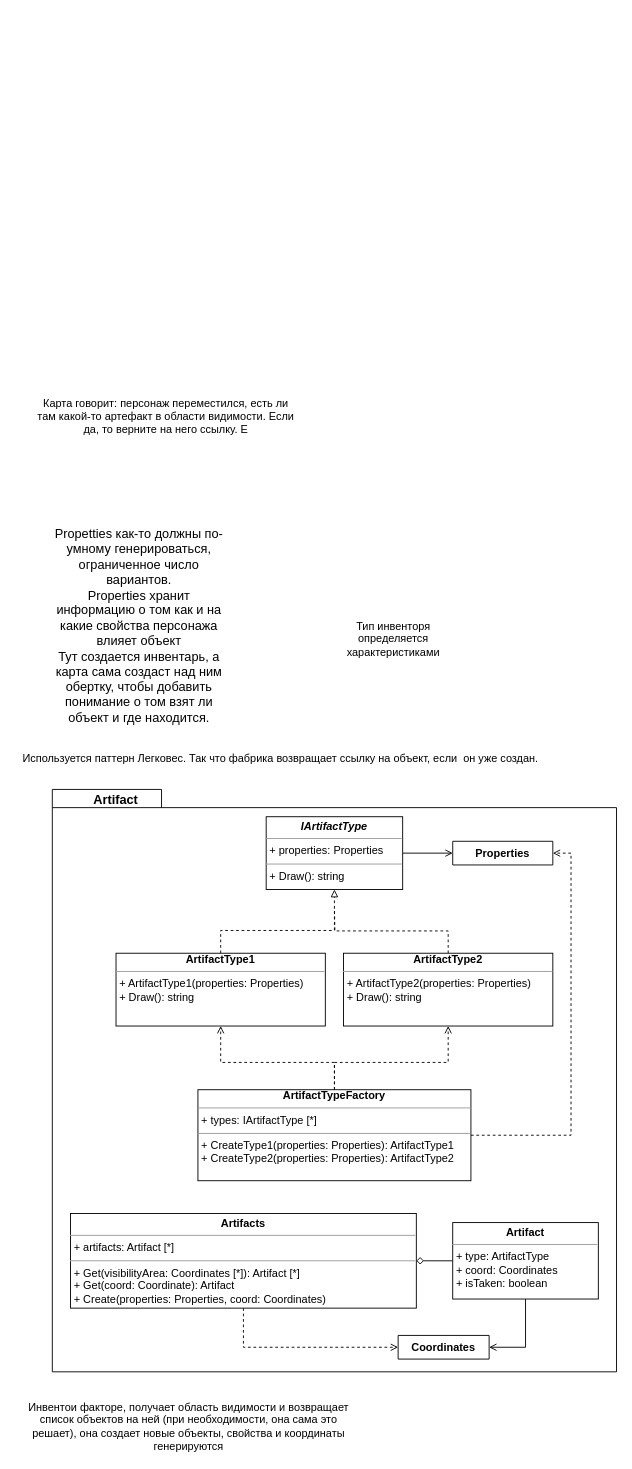
victoriafomina/Software-Design keeps this draw.io diagram as page "Artifacts" (3 of 8) of Roguelike/roguelike.drawio. Above is the earlier version. Source tidied: cells renumbered, new cells numbered last; positions are measured from the earlier drawing's top-left corner, leaving out a move shared by most shapes. Both pictures are drawn from the tidied source at 91%, with x=0, y=0 at pixel (15, 379).
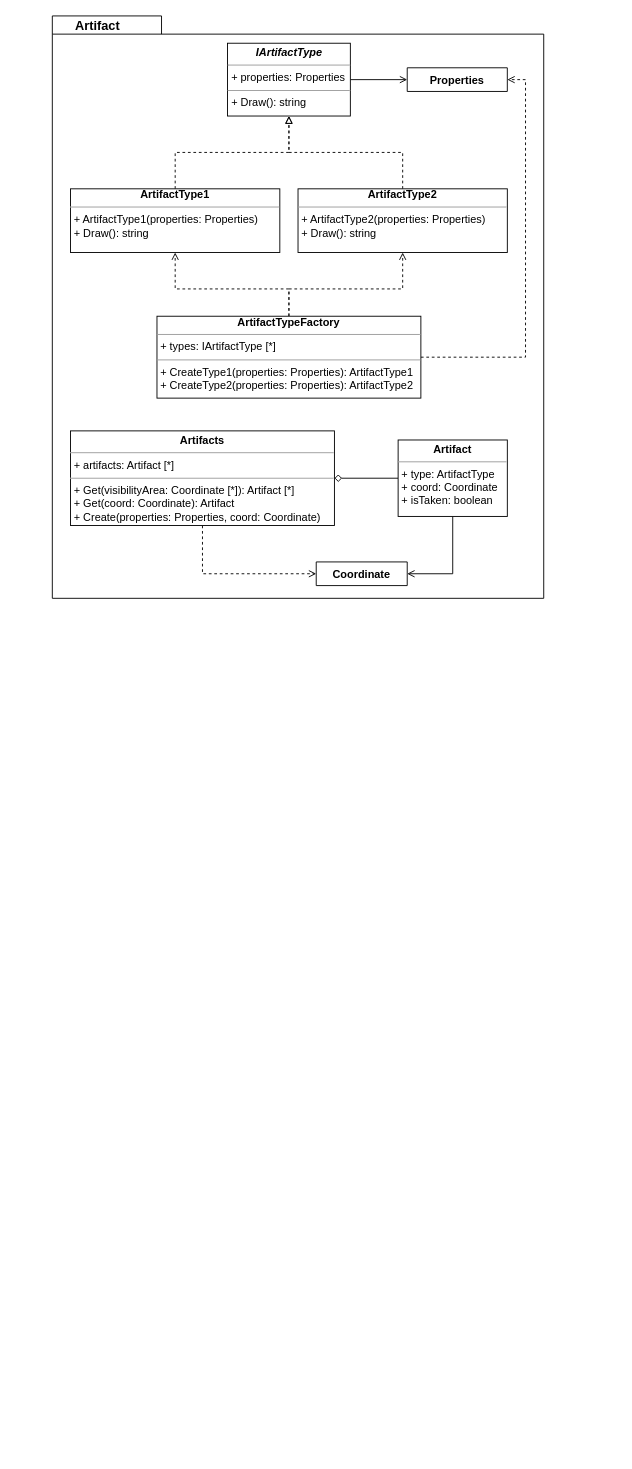
Above is the later version.

Diff of the diagram source:
```diff
@@
     <mxCell id="2" style="shape=folder;fontStyle=1;spacingTop=10;tabWidth=120;tabHeight=20;tabPosition=left;html=1;fontSize=15;" parent="1" vertex="1">
-      <mxGeometry x="40" y="450" width="620" height="640" as="geometry" />
+      <mxGeometry x="40" y="-400" width="540" height="640" as="geometry" />
     </mxCell>
     <mxCell id="3" value="&lt;span style=&quot;font-size: 14px&quot;&gt;&lt;b&gt;Artifact&lt;/b&gt;&lt;/span&gt;" style="text;html=1;strokeColor=none;fillColor=none;align=center;verticalAlign=middle;whiteSpace=wrap;rounded=0;fontSize=15;" parent="1" vertex="1">
-      <mxGeometry x="80" y="450" width="60" height="20" as="geometry" />
+      <mxGeometry x="60" y="-400" width="60" height="20" as="geometry" />
     </mxCell>
     <mxCell id="4" style="edgeStyle=orthogonalEdgeStyle;rounded=0;jettySize=auto;html=1;fontSize=14;startArrow=none;startFill=0;endArrow=block;endFill=0;entryX=0.5;entryY=1;entryDx=0;entryDy=0;exitX=0.5;exitY=0;exitDx=0;exitDy=0;dashed=1;" parent="1" edge="1" source="14">
       <mxGeometry relative="1" as="geometry">
-        <mxPoint x="350" y="560" as="targetPoint" />
+        <mxPoint x="300" y="-290" as="targetPoint" />
         <Array as="points">
-          <mxPoint x="225" y="605" />
-          <mxPoint x="350" y="605" />
+          <mxPoint x="175" y="-250" />
+          <mxPoint x="300" y="-250" />
         </Array>
       </mxGeometry>
     </mxCell>
@@
     <mxCell id="6" value="Properties" style="swimlane;fontStyle=1;align=center;verticalAlign=top;horizontal=1;startSize=26;fontSize=12;" parent="1" vertex="1" collapsed="1">
-      <mxGeometry x="480" y="507" width="110" height="26" as="geometry" />
+      <mxGeometry x="430" y="-343" width="110" height="26" as="geometry" />
     </mxCell>
-    <mxCell id="7" value="Propetties как-то должны по-умному генерироваться, ограниченное число вариантов.&lt;br&gt;Properties хранит информацию о том как и на какие свойства персонажа влияет объект&lt;br&gt;Тут создается инвентарь, а карта сама создаст над ним обертку, чтобы добавить понимание о том взят ли объект и где находится." style="text;html=1;strokeColor=none;fillColor=none;align=center;verticalAlign=middle;whiteSpace=wrap;rounded=0;fontSize=14;" parent="1" vertex="1">
-      <mxGeometry x="36" y="160" width="199" height="220" as="geometry" />
-    </mxCell>
     <mxCell id="8" style="edgeStyle=orthogonalEdgeStyle;rounded=0;jettySize=auto;html=1;exitX=0.5;exitY=0;exitDx=0;exitDy=0;endArrow=open;endFill=0;dashed=1;entryX=0.5;entryY=1;entryDx=0;entryDy=0;" parent="1" edge="1" source="11" target="14">
       <mxGeometry relative="1" as="geometry">
         <Array as="points">
-          <mxPoint x="350" y="750" />
-          <mxPoint x="225" y="750" />
+          <mxPoint x="300" y="-100" />
+          <mxPoint x="175" y="-100" />
         </Array>
       </mxGeometry>
     </mxCell>
     <mxCell id="9" style="edgeStyle=orthogonalEdgeStyle;rounded=0;jettySize=auto;html=1;exitX=0.5;exitY=0;exitDx=0;exitDy=0;endArrow=open;endFill=0;dashed=1;" parent="1" edge="1" source="11" target="16">
       <mxGeometry relative="1" as="geometry">
         <Array as="points">
-          <mxPoint x="350" y="750" />
-          <mxPoint x="475" y="750" />
+          <mxPoint x="300" y="-100" />
+          <mxPoint x="425" y="-100" />
         </Array>
       </mxGeometry>
     </mxCell>
@@
     <mxCell id="11" value="&lt;div style=&quot;text-align: center&quot;&gt;&lt;span&gt;&lt;b&gt;Artifact&lt;/b&gt;&lt;/span&gt;&lt;b&gt;TypeFactory&lt;/b&gt;&lt;/div&gt;&lt;hr size=&quot;1&quot;&gt;&lt;p style=&quot;margin: 0px ; margin-left: 4px&quot;&gt;+ types: IArtifactType [*]&lt;/p&gt;&lt;hr size=&quot;1&quot;&gt;&lt;p style=&quot;margin: 0px ; margin-left: 4px&quot;&gt;&lt;span&gt;+ CreateType1(properties: Properties): ArtifactType1&lt;/span&gt;&lt;br&gt;&lt;/p&gt;&lt;p style=&quot;margin: 0px ; margin-left: 4px&quot;&gt;+ CreateType2(properties: Properties): ArtifactType2&lt;br&gt;&lt;/p&gt;" style="verticalAlign=top;align=left;overflow=fill;fontSize=12;fontFamily=Helvetica;html=1;" parent="1" vertex="1">
-      <mxGeometry x="200" y="780" width="300" height="100" as="geometry" />
+      <mxGeometry x="155" y="-70" width="290" height="90" as="geometry" />
     </mxCell>
-    <mxCell id="12" value="Используется паттерн Легковес. Так что фабрика возвращает ссылку на объект, если  он уже создан." style="text;align=center;fontStyle=0;verticalAlign=middle;spacingLeft=3;spacingRight=3;strokeColor=none;fontSize=12;" parent="1" vertex="1">
-      <mxGeometry x="36" y="380" width="510" height="70" as="geometry" />
-    </mxCell>
-    <mxCell id="13" value="Тип инвенторя определяется характеристиками" style="text;html=1;strokeColor=none;fillColor=none;align=center;verticalAlign=middle;whiteSpace=wrap;rounded=0;" parent="1" vertex="1">
-      <mxGeometry x="340" y="260" width="150" height="50" as="geometry" />
-    </mxCell>
     <mxCell id="14" value="&lt;div style=&quot;text-align: center&quot;&gt;&lt;span&gt;&lt;b&gt;Artifact&lt;/b&gt;&lt;/span&gt;&lt;span style=&quot;font-weight: 700&quot;&gt;Type1&lt;/span&gt;&lt;/div&gt;&lt;hr size=&quot;1&quot;&gt;&lt;p style=&quot;margin: 0px ; margin-left: 4px&quot;&gt;+ ArtifactType1(properties: Properties)&lt;br&gt;+ Draw(): string&lt;/p&gt;" style="verticalAlign=top;align=left;overflow=fill;fontSize=12;fontFamily=Helvetica;html=1;" parent="1" vertex="1">
-      <mxGeometry x="110" y="630" width="230" height="80" as="geometry" />
+      <mxGeometry x="60" y="-210" width="230" height="70" as="geometry" />
     </mxCell>
-    <mxCell id="15" style="edgeStyle=orthogonalEdgeStyle;rounded=0;jettySize=auto;html=1;exitX=0.5;exitY=0;exitDx=0;exitDy=0;endArrow=none;endFill=0;dashed=1;" parent="1" edge="1" source="16">
-      <mxGeometry relative="1" as="geometry">
-        <mxPoint x="350" y="580" as="targetPoint" />
-      </mxGeometry>
-    </mxCell>
+    <mxCell id="28" style="edgeStyle=orthogonalEdgeStyle;rounded=0;jettySize=auto;html=1;exitX=0.5;exitY=0;exitDx=0;exitDy=0;dashed=1;fontSize=15;startArrow=none;startFill=0;endArrow=block;endFill=0;entryX=0.5;entryY=1;entryDx=0;entryDy=0;" parent="1" edge="1" source="16" target="26">
+      <mxGeometry relative="1" as="geometry" />
+    </mxCell>
     <mxCell id="16" value="&lt;div style=&quot;text-align: center&quot;&gt;&lt;span&gt;&lt;b&gt;Artifact&lt;/b&gt;&lt;/span&gt;&lt;span style=&quot;font-weight: 700&quot;&gt;Type2&lt;/span&gt;&lt;/div&gt;&lt;hr size=&quot;1&quot;&gt;&lt;p style=&quot;margin: 0px ; margin-left: 4px&quot;&gt;+ ArtifactType2(properties: Properties)&lt;br&gt;+ Draw(): string&lt;/p&gt;" style="verticalAlign=top;align=left;overflow=fill;fontSize=12;fontFamily=Helvetica;html=1;" parent="1" vertex="1">
-      <mxGeometry x="360" y="630" width="230" height="80" as="geometry" />
+      <mxGeometry x="310" y="-210" width="230" height="70" as="geometry" />
     </mxCell>
@@
-    <mxCell id="19" value="&lt;p style=&quot;margin: 0px ; margin-top: 4px ; text-align: center&quot;&gt;&lt;b&gt;Artifacts&lt;/b&gt;&lt;br&gt;&lt;/p&gt;&lt;hr size=&quot;1&quot;&gt;&lt;p style=&quot;margin: 0px ; margin-left: 4px&quot;&gt;+ artifacts: Artifact [*]&lt;br&gt;&lt;/p&gt;&lt;hr size=&quot;1&quot;&gt;&lt;p style=&quot;margin: 0px ; margin-left: 4px&quot;&gt;+ Get(visibilityArea: Coordinates [*]): Artifact [*]&lt;/p&gt;&lt;p style=&quot;margin: 0px ; margin-left: 4px&quot;&gt;+ Get(coord: Coordinate): Artifact&lt;/p&gt;&lt;p style=&quot;margin: 0px ; margin-left: 4px&quot;&gt;+ Create(properties: Properties, coord: Coordinates)&lt;/p&gt;" style="verticalAlign=top;align=left;overflow=fill;fontSize=12;fontFamily=Helvetica;html=1;" parent="1" vertex="1">
-      <mxGeometry x="60" y="916" width="380" height="104" as="geometry" />
+    <mxCell id="19" value="&lt;p style=&quot;margin: 0px ; margin-top: 4px ; text-align: center&quot;&gt;&lt;b&gt;Artifacts&lt;/b&gt;&lt;br&gt;&lt;/p&gt;&lt;hr size=&quot;1&quot;&gt;&lt;p style=&quot;margin: 0px ; margin-left: 4px&quot;&gt;+ artifacts: Artifact [*]&lt;br&gt;&lt;/p&gt;&lt;hr size=&quot;1&quot;&gt;&lt;p style=&quot;margin: 0px ; margin-left: 4px&quot;&gt;+ Get(visibilityArea: Coordinate [*]): Artifact [*]&lt;/p&gt;&lt;p style=&quot;margin: 0px ; margin-left: 4px&quot;&gt;+ Get(coord: Coordinate): Artifact&lt;/p&gt;&lt;p style=&quot;margin: 0px ; margin-left: 4px&quot;&gt;+ Create(properties: Properties, coord: Coordinate)&lt;/p&gt;" style="verticalAlign=top;align=left;overflow=fill;fontSize=12;fontFamily=Helvetica;html=1;" parent="1" vertex="1">
+      <mxGeometry x="60" y="56" width="290" height="104" as="geometry" />
     </mxCell>
-    <mxCell id="20" value="Coordinates" style="swimlane;fontStyle=1;align=center;verticalAlign=top;horizontal=1;startSize=26;" parent="1" vertex="1" collapsed="1">
-      <mxGeometry x="420" y="1050" width="100" height="26" as="geometry" />
+    <mxCell id="20" value="Coordinate" style="swimlane;fontStyle=1;align=center;verticalAlign=top;horizontal=1;startSize=26;" parent="1" vertex="1" collapsed="1">
+      <mxGeometry x="330" y="200" width="100" height="26" as="geometry" />
     </mxCell>
-    <mxCell id="21" value="Карта говорит: персонаж переместился, есть ли там какой-то артефакт в области видимости. Если да, то верните на него ссылку. Е" style="text;html=1;strokeColor=none;fillColor=none;align=center;verticalAlign=middle;whiteSpace=wrap;rounded=0;" parent="1" vertex="1">
-      <mxGeometry x="20" width="290" height="80" as="geometry" />
-    </mxCell>
-    <mxCell id="22" value="Инвентои факторе, получает область видимости и возвращает список объектов на ней (при необходимости, она сама это решает), она создает новые объекты, свойства и координаты генерируются" style="text;html=1;strokeColor=none;fillColor=none;align=center;verticalAlign=middle;whiteSpace=wrap;rounded=0;" parent="1" vertex="1">
-      <mxGeometry y="1120" width="380" height="60" as="geometry" />
-    </mxCell>
@@
-    <mxCell id="24" value="&lt;p style=&quot;margin: 0px ; margin-top: 4px ; text-align: center&quot;&gt;&lt;b&gt;Artifact&lt;/b&gt;&lt;br&gt;&lt;/p&gt;&lt;hr size=&quot;1&quot;&gt;&lt;p style=&quot;margin: 0px 0px 0px 4px&quot;&gt;+ type: ArtifactType&lt;br&gt;+ coord: Coordinates&lt;br&gt;+ isTaken: boolean&lt;br&gt;&lt;/p&gt;" style="verticalAlign=top;align=left;overflow=fill;fontSize=12;fontFamily=Helvetica;html=1;" parent="1" vertex="1">
-      <mxGeometry x="480" y="926" width="160" height="84" as="geometry" />
+    <mxCell id="24" value="&lt;p style=&quot;margin: 0px ; margin-top: 4px ; text-align: center&quot;&gt;&lt;b&gt;Artifact&lt;/b&gt;&lt;br&gt;&lt;/p&gt;&lt;hr size=&quot;1&quot;&gt;&lt;p style=&quot;margin: 0px 0px 0px 4px&quot;&gt;+ type: ArtifactType&lt;br&gt;+ coord: Coordinate&lt;br&gt;+ isTaken: boolean&lt;br&gt;&lt;/p&gt;" style="verticalAlign=top;align=left;overflow=fill;fontSize=12;fontFamily=Helvetica;html=1;" parent="1" vertex="1">
+      <mxGeometry x="420" y="66" width="120" height="84" as="geometry" />
     </mxCell>
@@
     <mxCell id="26" value="&lt;p style=&quot;margin: 0px ; margin-top: 4px ; text-align: center&quot;&gt;&lt;i&gt;&lt;b&gt;IArtifactType&lt;/b&gt;&lt;/i&gt;&lt;br&gt;&lt;/p&gt;&lt;hr size=&quot;1&quot;&gt;&lt;p style=&quot;margin: 0px ; margin-left: 4px&quot;&gt;+ properties: Properties&lt;/p&gt;&lt;hr size=&quot;1&quot;&gt;&lt;p style=&quot;margin: 0px ; margin-left: 4px&quot;&gt;+ Draw(): string&lt;/p&gt;" style="verticalAlign=top;align=left;overflow=fill;fontSize=12;fontFamily=Helvetica;html=1;" parent="1" vertex="1">
-      <mxGeometry x="275" y="480" width="150" height="80" as="geometry" />
+      <mxGeometry x="232.5" y="-370" width="135" height="80" as="geometry" />
     </mxCell>
```
